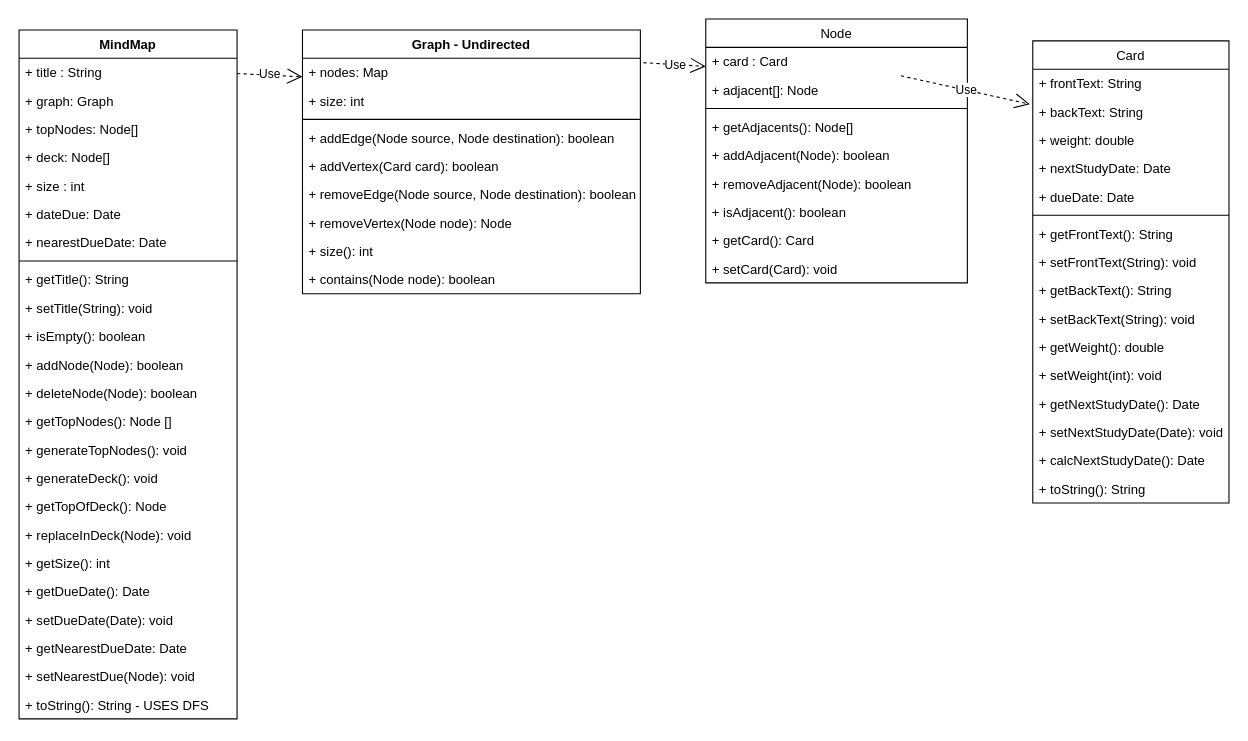
Before: page "Mindmap" (1 of 3) of UML_Diagrams/class/MindMap_Object_Classes.drawio in kylehackett99/HourWork, a draw.io diagram. Source tidied: cells renumbered, new cells numbered last; positions are measured from the earlier drawing's top-left corner, leaving out a move shared by most shapes. Both pictures are drawn from the tidied source at 109%, with x=0, y=0 at pixel (19, 19).
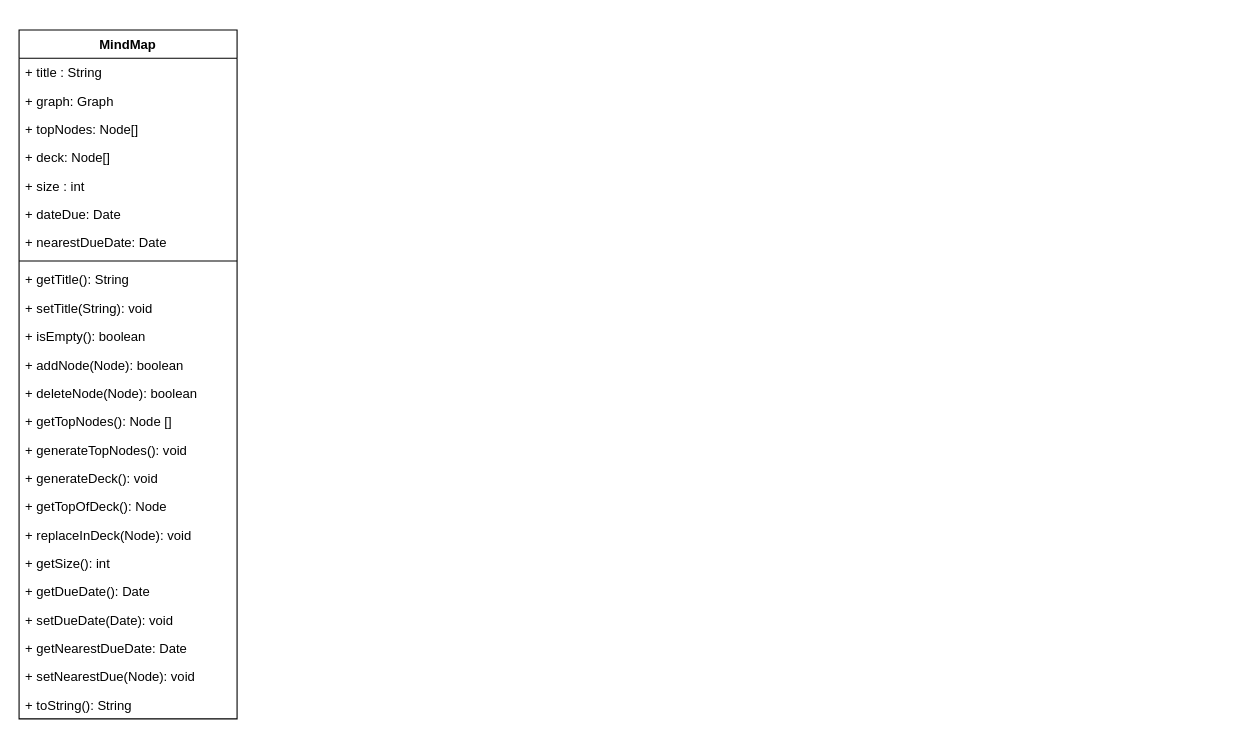
The same page after the edit.

The change refers to these unchanged cells:
```xml
<mxCell id="30" value="MindMap" style="swimlane;fontStyle=1;align=center;verticalAlign=top;horizontal=1;startSize=26;" parent="1" vertex="1">
  <mxGeometry y="10" width="200" height="632" as="geometry" />
</mxCell>
```

Diff of the diagram source:
```diff
@@
-    <mxCell id="2" value="Card" style="swimlane;fontStyle=0;horizontal=1;startSize=26;fillColor=none;" parent="1" vertex="1">
-      <mxGeometry x="930" y="20" width="180" height="424" as="geometry" />
-    </mxCell>
-    <mxCell id="3" value="+ frontText: String" style="text;strokeColor=none;fillColor=none;align=left;verticalAlign=top;spacingLeft=4;spacingRight=4;overflow=hidden;" parent="2" vertex="1">
-      <mxGeometry y="26" width="180" height="26" as="geometry" />
-    </mxCell>
-    <mxCell id="4" value="+ backText: String&#10;" style="text;strokeColor=none;fillColor=none;align=left;verticalAlign=top;spacingLeft=4;spacingRight=4;overflow=hidden;" parent="2" vertex="1">
-      <mxGeometry y="52" width="180" height="26" as="geometry" />
-    </mxCell>
-    <mxCell id="5" value="+ weight: double" style="text;strokeColor=none;fillColor=none;align=left;verticalAlign=top;spacingLeft=4;spacingRight=4;overflow=hidden;" parent="2" vertex="1">
-      <mxGeometry y="78" width="180" height="26" as="geometry" />
-    </mxCell>
-    <mxCell id="6" value="+ nextStudyDate: Date" style="text;strokeColor=none;fillColor=none;align=left;verticalAlign=top;spacingLeft=4;spacingRight=4;overflow=hidden;" parent="2" vertex="1">
-      <mxGeometry y="104" width="180" height="26" as="geometry" />
-    </mxCell>
-    <mxCell id="7" value="+ dueDate: Date" style="text;strokeColor=none;fillColor=none;align=left;verticalAlign=top;spacingLeft=4;spacingRight=4;overflow=hidden;" parent="2" vertex="1">
-      <mxGeometry y="130" width="180" height="26" as="geometry" />
-    </mxCell>
-    <mxCell id="8" style="line;strokeWidth=1;fillColor=none;align=left;verticalAlign=middle;spacingTop=-1;spacingLeft=3;spacingRight=3;labelPosition=right;" parent="2" vertex="1">
-      <mxGeometry y="156" width="180" height="8" as="geometry" />
-    </mxCell>
-    <mxCell id="9" value="+ getFrontText(): String" style="text;strokeColor=none;fillColor=none;align=left;verticalAlign=top;spacingLeft=4;spacingRight=4;overflow=hidden;" parent="2" vertex="1">
-      <mxGeometry y="164" width="180" height="26" as="geometry" />
-    </mxCell>
-    <mxCell id="10" value="+ setFrontText(String): void" style="text;strokeColor=none;fillColor=none;align=left;verticalAlign=top;spacingLeft=4;spacingRight=4;overflow=hidden;" parent="2" vertex="1">
-      <mxGeometry y="190" width="180" height="26" as="geometry" />
-    </mxCell>
-    <mxCell id="11" value="+ getBackText(): String" style="text;strokeColor=none;fillColor=none;align=left;verticalAlign=top;spacingLeft=4;spacingRight=4;overflow=hidden;" parent="2" vertex="1">
-      <mxGeometry y="216" width="180" height="26" as="geometry" />
-    </mxCell>
-    <mxCell id="12" value="+ setBackText(String): void" style="text;strokeColor=none;fillColor=none;align=left;verticalAlign=top;spacingLeft=4;spacingRight=4;overflow=hidden;" parent="2" vertex="1">
-      <mxGeometry y="242" width="180" height="26" as="geometry" />
-    </mxCell>
-    <mxCell id="13" value="+ getWeight(): double" style="text;strokeColor=none;fillColor=none;align=left;verticalAlign=top;spacingLeft=4;spacingRight=4;overflow=hidden;" parent="2" vertex="1">
-      <mxGeometry y="268" width="180" height="26" as="geometry" />
-    </mxCell>
-    <mxCell id="14" value="+ setWeight(int): void" style="text;strokeColor=none;fillColor=none;align=left;verticalAlign=top;spacingLeft=4;spacingRight=4;overflow=hidden;" parent="2" vertex="1">
-      <mxGeometry y="294" width="180" height="26" as="geometry" />
-    </mxCell>
-    <mxCell id="15" value="+ getNextStudyDate(): Date" style="text;strokeColor=none;fillColor=none;align=left;verticalAlign=top;spacingLeft=4;spacingRight=4;overflow=hidden;" parent="2" vertex="1">
-      <mxGeometry y="320" width="180" height="26" as="geometry" />
-    </mxCell>
-    <mxCell id="16" value="+ setNextStudyDate(Date): void" style="text;strokeColor=none;fillColor=none;align=left;verticalAlign=top;spacingLeft=4;spacingRight=4;overflow=hidden;" parent="2" vertex="1">
-      <mxGeometry y="346" width="180" height="26" as="geometry" />
-    </mxCell>
-    <mxCell id="17" value="+ calcNextStudyDate(): Date" style="text;strokeColor=none;fillColor=none;align=left;verticalAlign=top;spacingLeft=4;spacingRight=4;overflow=hidden;" parent="2" vertex="1">
-      <mxGeometry y="372" width="180" height="26" as="geometry" />
-    </mxCell>
-    <mxCell id="18" value="+ toString(): String" style="text;strokeColor=none;fillColor=none;align=left;verticalAlign=top;spacingLeft=4;spacingRight=4;overflow=hidden;" parent="2" vertex="1">
-      <mxGeometry y="398" width="180" height="26" as="geometry" />
-    </mxCell>
-    <mxCell id="19" value="Node" style="swimlane;fontStyle=0;horizontal=1;startSize=26;fillColor=none;" parent="1" vertex="1">
-      <mxGeometry x="630" width="240" height="242" as="geometry" />
-    </mxCell>
-    <mxCell id="20" value="+ card : Card" style="text;strokeColor=none;fillColor=none;align=left;verticalAlign=top;spacingLeft=4;spacingRight=4;overflow=hidden;points=[[0,0.5],[1,0.5]];portConstraint=eastwest;" parent="19" vertex="1">
-      <mxGeometry y="26" width="240" height="26" as="geometry" />
-    </mxCell>
-    <mxCell id="21" value="+ adjacent[]: Node" style="text;strokeColor=none;fillColor=none;align=left;verticalAlign=top;spacingLeft=4;spacingRight=4;overflow=hidden;" parent="19" vertex="1">
-      <mxGeometry y="52" width="240" height="26" as="geometry" />
-    </mxCell>
-    <mxCell id="22" style="line;strokeWidth=1;fillColor=none;align=left;verticalAlign=middle;spacingTop=-1;spacingLeft=3;spacingRight=3;labelPosition=right;" parent="19" vertex="1">
-      <mxGeometry y="78" width="240" height="8" as="geometry" />
-    </mxCell>
-    <mxCell id="23" value="+ getAdjacents(): Node[]" style="text;strokeColor=none;fillColor=none;align=left;verticalAlign=top;spacingLeft=4;spacingRight=4;overflow=hidden;" parent="19" vertex="1">
-      <mxGeometry y="86" width="240" height="26" as="geometry" />
-    </mxCell>
-    <mxCell id="24" value="+ addAdjacent(Node): boolean" style="text;strokeColor=none;fillColor=none;align=left;verticalAlign=top;spacingLeft=4;spacingRight=4;overflow=hidden;" parent="19" vertex="1">
-      <mxGeometry y="112" width="240" height="26" as="geometry" />
-    </mxCell>
-    <mxCell id="25" value="+ removeAdjacent(Node): boolean" style="text;strokeColor=none;fillColor=none;align=left;verticalAlign=top;spacingLeft=4;spacingRight=4;overflow=hidden;" parent="19" vertex="1">
-      <mxGeometry y="138" width="240" height="26" as="geometry" />
-    </mxCell>
-    <mxCell id="26" value="+ isAdjacent(): boolean" style="text;strokeColor=none;fillColor=none;align=left;verticalAlign=top;spacingLeft=4;spacingRight=4;overflow=hidden;" parent="19" vertex="1">
-      <mxGeometry y="164" width="240" height="26" as="geometry" />
-    </mxCell>
-    <mxCell id="27" value="+ getCard(): Card" style="text;strokeColor=none;fillColor=none;align=left;verticalAlign=top;spacingLeft=4;spacingRight=4;overflow=hidden;" parent="19" vertex="1">
-      <mxGeometry y="190" width="240" height="26" as="geometry" />
-    </mxCell>
-    <mxCell id="28" value="+ setCard(Card): void" style="text;strokeColor=none;fillColor=none;align=left;verticalAlign=top;spacingLeft=4;spacingRight=4;overflow=hidden;" parent="19" vertex="1">
-      <mxGeometry y="216" width="240" height="26" as="geometry" />
-    </mxCell>
-    <mxCell id="29" value="Use" style="endArrow=open;endSize=12;dashed=1;html=1;rounded=0;entryX=-0.015;entryY=0.137;entryDx=0;entryDy=0;entryPerimeter=0;" parent="1" edge="1" source="20" target="2">
-      <mxGeometry relative="1" as="geometry" />
-    </mxCell>
@@
-    <mxCell id="54" value="+ toString(): String - USES DFS" style="text;strokeColor=none;fillColor=none;align=left;verticalAlign=top;spacingLeft=4;spacingRight=4;overflow=hidden;" parent="30" vertex="1">
+    <mxCell id="54" value="+ toString(): String " style="text;strokeColor=none;fillColor=none;align=left;verticalAlign=top;spacingLeft=4;spacingRight=4;overflow=hidden;" parent="30" vertex="1">
       <mxGeometry y="606" width="200" height="26" as="geometry" />
     </mxCell>
-    <mxCell id="55" value="Graph - Undirected" style="swimlane;fontStyle=1;align=center;verticalAlign=top;horizontal=1;startSize=26;" parent="1" vertex="1">
-      <mxGeometry x="260" y="10" width="310" height="242" as="geometry" />
-    </mxCell>
-    <mxCell id="56" value="+ nodes: Map" style="text;strokeColor=none;fillColor=none;align=left;verticalAlign=top;spacingLeft=4;spacingRight=4;overflow=hidden;" parent="55" vertex="1">
-      <mxGeometry y="26" width="310" height="26" as="geometry" />
-    </mxCell>
-    <mxCell id="57" value="+ size: int" style="text;strokeColor=none;fillColor=none;align=left;verticalAlign=top;spacingLeft=4;spacingRight=4;overflow=hidden;" parent="55" vertex="1">
-      <mxGeometry y="52" width="310" height="26" as="geometry" />
-    </mxCell>
-    <mxCell id="58" style="line;strokeWidth=1;fillColor=none;align=left;verticalAlign=middle;spacingTop=-1;spacingLeft=3;spacingRight=3;labelPosition=right;" parent="55" vertex="1">
-      <mxGeometry y="78" width="310" height="8" as="geometry" />
-    </mxCell>
-    <mxCell id="59" value="+ addEdge(Node source, Node destination): boolean" style="text;strokeColor=none;fillColor=none;align=left;verticalAlign=top;spacingLeft=4;spacingRight=4;overflow=hidden;" parent="55" vertex="1">
-      <mxGeometry y="86" width="310" height="26" as="geometry" />
-    </mxCell>
-    <mxCell id="60" value="+ addVertex(Card card): boolean" style="text;strokeColor=none;fillColor=none;align=left;verticalAlign=top;spacingLeft=4;spacingRight=4;overflow=hidden;" parent="55" vertex="1">
-      <mxGeometry y="112" width="310" height="26" as="geometry" />
-    </mxCell>
-    <mxCell id="61" value="+ removeEdge(Node source, Node destination): boolean" style="text;strokeColor=none;fillColor=none;align=left;verticalAlign=top;spacingLeft=4;spacingRight=4;overflow=hidden;" parent="55" vertex="1">
-      <mxGeometry y="138" width="310" height="26" as="geometry" />
-    </mxCell>
-    <mxCell id="62" value="+ removeVertex(Node node): Node" style="text;strokeColor=none;fillColor=none;align=left;verticalAlign=top;spacingLeft=4;spacingRight=4;overflow=hidden;" parent="55" vertex="1">
-      <mxGeometry y="164" width="310" height="26" as="geometry" />
-    </mxCell>
-    <mxCell id="63" value="+ size(): int" style="text;strokeColor=none;fillColor=none;align=left;verticalAlign=top;spacingLeft=4;spacingRight=4;overflow=hidden;" parent="55" vertex="1">
-      <mxGeometry y="190" width="310" height="26" as="geometry" />
-    </mxCell>
-    <mxCell id="64" value="+ contains(Node node): boolean" style="text;strokeColor=none;fillColor=none;align=left;verticalAlign=top;spacingLeft=4;spacingRight=4;overflow=hidden;" parent="55" vertex="1">
-      <mxGeometry y="216" width="310" height="26" as="geometry" />
-    </mxCell>
-    <mxCell id="65" value="Use" style="endArrow=open;endSize=12;dashed=1;html=1;rounded=0;entryX=-0.015;entryY=0.137;entryDx=0;entryDy=0;entryPerimeter=0;" parent="1" edge="1">
-      <mxGeometry relative="1" as="geometry">
-        <mxPoint x="572.7" y="40" as="sourcePoint" />
-        <mxPoint x="630" y="43.4" as="targetPoint" />
-      </mxGeometry>
-    </mxCell>
-    <mxCell id="66" value="Use" style="endArrow=open;endSize=12;dashed=1;html=1;rounded=0;" parent="1" edge="1">
-      <mxGeometry relative="1" as="geometry">
-        <mxPoint x="200" y="50" as="sourcePoint" />
-        <mxPoint x="260" y="53" as="targetPoint" />
-      </mxGeometry>
-    </mxCell>
```
